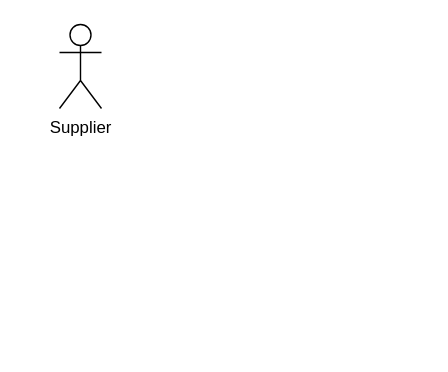
johnseetoh25/draw.io_Gallery keeps this draw.io diagram as 未命名绘图.drawio. Above is the earlier version. Source tidied: cells renumbered, new cells numbered last; positions are measured from the earlier drawing's top-left corner, leaving out a move shared by most shapes. Both pictures are drawn from the tidied source at 140%, with x=0, y=0 at pixel (59, 24).
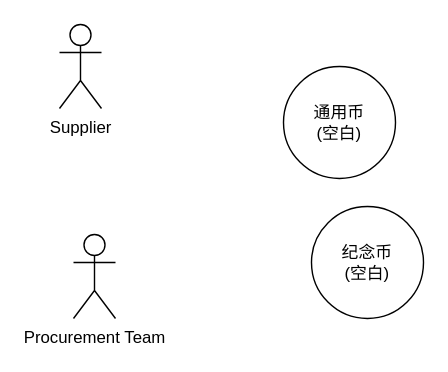
After the change.

What changed in the source:
```diff
@@
 <mxGraphModel>
   <root>
     <mxCell id="0" />
     <mxCell id="1" parent="0" />
     <mxCell id="2" value="Supplier" style="shape=umlActor;verticalLabelPosition=bottom;verticalAlign=top;html=1;" parent="1" vertex="1">
       <mxGeometry width="30" height="60" as="geometry" />
     </mxCell>
+    <mxCell id="3" value="Procurement Team" style="shape=umlActor;verticalLabelPosition=bottom;verticalAlign=top;html=1;" parent="1" vertex="1">
+      <mxGeometry x="10" y="150" width="30" height="60" as="geometry" />
+    </mxCell>
+    <mxCell id="4" value="纪念币&lt;br&gt;(空白)" style="ellipse;whiteSpace=wrap;html=1;" parent="1" vertex="1">
+      <mxGeometry x="180" y="130" width="80" height="80" as="geometry" />
+    </mxCell>
+    <mxCell id="5" value="通用币&lt;br&gt;(空白)" style="ellipse;whiteSpace=wrap;html=1;" parent="1" vertex="1">
+      <mxGeometry x="160" y="30" width="80" height="80" as="geometry" />
+    </mxCell>
   </root>
 </mxGraphModel>
```
